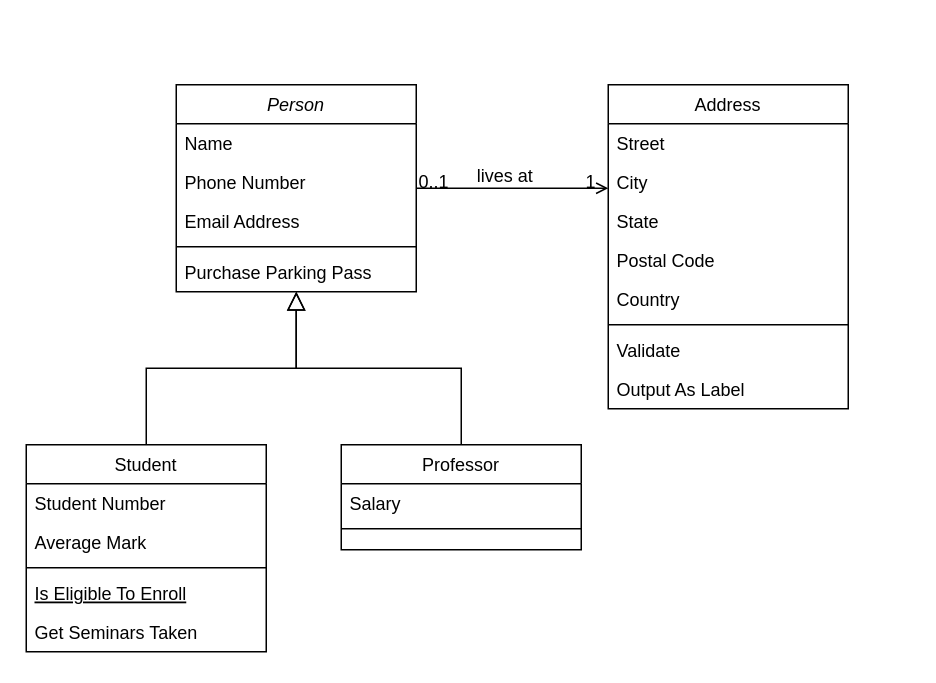
This is Diagrama sem nome.drawio from anti-duhring/diagrams, a draw.io file, before an edit. Source tidied: cells renumbered, new cells numbered last; positions are measured from the earlier drawing's top-left corner, leaving out a move shared by most shapes. Both pictures are drawn from the tidied source at 150%, with x=0, y=0 at pixel (26, 84).
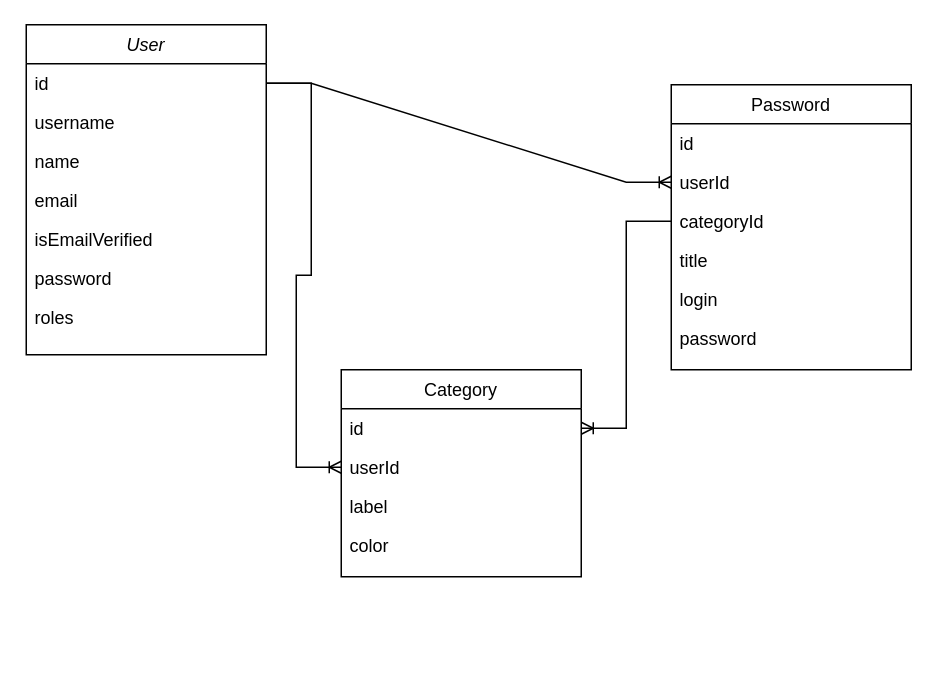
The same diagram, later.

Commit message:
Actualizar Diagrama passhelm - entidades

The edit, as a diff of the source:
```diff
@@
-    <mxCell id="2" value="Person" style="swimlane;fontStyle=2;align=center;verticalAlign=top;horizontal=1;startSize=26;rounded=0;shadow=0;strokeWidth=1;" parent="1" vertex="1">
-      <mxGeometry x="100" width="160" height="138" as="geometry" />
+    <mxCell id="2" value="User" style="swimlane;fontStyle=2;align=center;verticalAlign=top;horizontal=1;startSize=26;rounded=0;shadow=0;strokeWidth=1;" parent="1" vertex="1">
+      <mxGeometry y="-40" width="160" height="220" as="geometry" />
     </mxCell>
-    <mxCell id="3" value="Name" style="text;align=left;verticalAlign=top;spacingLeft=4;spacingRight=4;overflow=hidden;points=[[0,0.5],[1,0.5]];portConstraint=eastwest;" parent="2" vertex="1">
+    <mxCell id="3" value="id" style="text;align=left;verticalAlign=top;spacingLeft=4;spacingRight=4;overflow=hidden;points=[[0,0.5],[1,0.5]];portConstraint=eastwest;" parent="2" vertex="1">
       <mxGeometry y="26" width="160" height="26" as="geometry" />
     </mxCell>
-    <mxCell id="4" value="Phone Number" style="text;align=left;verticalAlign=top;spacingLeft=4;spacingRight=4;overflow=hidden;rounded=0;shadow=0;html=0;" parent="2" vertex="1">
+    <mxCell id="4" value="username" style="text;align=left;verticalAlign=top;spacingLeft=4;spacingRight=4;overflow=hidden;rounded=0;shadow=0;html=0;" parent="2" vertex="1">
       <mxGeometry y="52" width="160" height="26" as="geometry" />
     </mxCell>
-    <mxCell id="5" value="Email Address" style="text;align=left;verticalAlign=top;spacingLeft=4;spacingRight=4;overflow=hidden;rounded=0;shadow=0;html=0;" parent="2" vertex="1">
+    <mxCell id="5" value="name" style="text;align=left;verticalAlign=top;spacingLeft=4;spacingRight=4;overflow=hidden;rounded=0;shadow=0;html=0;" parent="2" vertex="1">
       <mxGeometry y="78" width="160" height="26" as="geometry" />
     </mxCell>
-    <mxCell id="6" style="line;html=1;strokeWidth=1;align=left;verticalAlign=middle;spacingTop=-1;spacingLeft=3;spacingRight=3;labelPosition=right;" parent="2" vertex="1">
-      <mxGeometry y="104" width="160" height="8" as="geometry" />
-    </mxCell>
-    <mxCell id="7" value="Purchase Parking Pass" style="text;align=left;verticalAlign=top;spacingLeft=4;spacingRight=4;overflow=hidden;" parent="2" vertex="1">
-      <mxGeometry y="112" width="160" height="26" as="geometry" />
-    </mxCell>
+    <mxCell id="32" value="email" style="text;align=left;verticalAlign=top;spacingLeft=4;spacingRight=4;overflow=hidden;rounded=0;shadow=0;html=0;" parent="2" vertex="1">
+      <mxGeometry y="104" width="160" height="26" as="geometry" />
+    </mxCell>
+    <mxCell id="33" value="isEmailVerified" style="text;align=left;verticalAlign=top;spacingLeft=4;spacingRight=4;overflow=hidden;rounded=0;shadow=0;html=0;" parent="2" vertex="1">
+      <mxGeometry y="130" width="160" height="26" as="geometry" />
+    </mxCell>
+    <mxCell id="34" value="password" style="text;align=left;verticalAlign=top;spacingLeft=4;spacingRight=4;overflow=hidden;rounded=0;shadow=0;html=0;" parent="2" vertex="1">
+      <mxGeometry y="156" width="160" height="26" as="geometry" />
+    </mxCell>
+    <mxCell id="35" value="roles" style="text;align=left;verticalAlign=top;spacingLeft=4;spacingRight=4;overflow=hidden;rounded=0;shadow=0;html=0;" parent="2" vertex="1">
+      <mxGeometry y="182" width="160" height="26" as="geometry" />
+    </mxCell>
-    <mxCell id="8" value="Student" style="swimlane;fontStyle=0;align=center;verticalAlign=top;horizontal=1;startSize=26;rounded=0;shadow=0;strokeWidth=1;" parent="1" vertex="1">
-      <mxGeometry y="240" width="160" height="138" as="geometry" />
+    <mxCell id="8" value="Category" style="swimlane;fontStyle=0;align=center;verticalAlign=top;horizontal=1;startSize=26;rounded=0;shadow=0;strokeWidth=1;" parent="1" vertex="1">
+      <mxGeometry x="210" y="190" width="160" height="138" as="geometry" />
     </mxCell>
-    <mxCell id="9" value="Student Number" style="text;align=left;verticalAlign=top;spacingLeft=4;spacingRight=4;overflow=hidden;points=[[0,0.5],[1,0.5]];portConstraint=eastwest;" parent="8" vertex="1">
+    <mxCell id="9" value="id" style="text;align=left;verticalAlign=top;spacingLeft=4;spacingRight=4;overflow=hidden;points=[[0,0.5],[1,0.5]];portConstraint=eastwest;" parent="8" vertex="1">
       <mxGeometry y="26" width="160" height="26" as="geometry" />
     </mxCell>
-    <mxCell id="10" value="Average Mark" style="text;align=left;verticalAlign=top;spacingLeft=4;spacingRight=4;overflow=hidden;points=[[0,0.5],[1,0.5]];portConstraint=eastwest;rounded=0;shadow=0;html=0;" parent="8" vertex="1">
+    <mxCell id="10" value="userId" style="text;align=left;verticalAlign=top;spacingLeft=4;spacingRight=4;overflow=hidden;points=[[0,0.5],[1,0.5]];portConstraint=eastwest;rounded=0;shadow=0;html=0;" parent="8" vertex="1">
       <mxGeometry y="52" width="160" height="26" as="geometry" />
     </mxCell>
-    <mxCell id="11" style="line;html=1;strokeWidth=1;align=left;verticalAlign=middle;spacingTop=-1;spacingLeft=3;spacingRight=3;labelPosition=right;" parent="8" vertex="1">
-      <mxGeometry y="78" width="160" height="8" as="geometry" />
-    </mxCell>
-    <mxCell id="12" value="Is Eligible To Enroll" style="text;align=left;verticalAlign=top;spacingLeft=4;spacingRight=4;overflow=hidden;fontStyle=4;" parent="8" vertex="1">
-      <mxGeometry y="86" width="160" height="26" as="geometry" />
+    <mxCell id="12" value="label" style="text;align=left;verticalAlign=top;spacingLeft=4;spacingRight=4;overflow=hidden;fontStyle=0;" parent="8" vertex="1">
+      <mxGeometry y="78" width="160" height="26" as="geometry" />
     </mxCell>
-    <mxCell id="13" value="Get Seminars Taken" style="text;align=left;verticalAlign=top;spacingLeft=4;spacingRight=4;overflow=hidden;" parent="8" vertex="1">
-      <mxGeometry y="112" width="160" height="26" as="geometry" />
+    <mxCell id="13" value="color" style="text;align=left;verticalAlign=top;spacingLeft=4;spacingRight=4;overflow=hidden;" parent="8" vertex="1">
+      <mxGeometry y="104" width="160" height="26" as="geometry" />
     </mxCell>
-    <mxCell id="14" style="endArrow=block;endSize=10;endFill=0;shadow=0;strokeWidth=1;rounded=0;edgeStyle=elbowEdgeStyle;elbow=vertical;" parent="1" edge="1" source="8" target="2">
-      <mxGeometry relative="1" as="geometry" />
-    </mxCell>
-    <mxCell id="15" value="Professor" style="swimlane;fontStyle=0;align=center;verticalAlign=top;horizontal=1;startSize=26;rounded=0;shadow=0;strokeWidth=1;" parent="1" vertex="1">
-      <mxGeometry x="210" y="240" width="160" height="70" as="geometry" />
-    </mxCell>
-    <mxCell id="16" value="Salary" style="text;align=left;verticalAlign=top;spacingLeft=4;spacingRight=4;overflow=hidden;" parent="15" vertex="1">
-      <mxGeometry y="26" width="160" height="26" as="geometry" />
-    </mxCell>
-    <mxCell id="17" style="line;html=1;strokeWidth=1;align=left;verticalAlign=middle;spacingTop=-1;spacingLeft=3;spacingRight=3;labelPosition=right;" parent="15" vertex="1">
-      <mxGeometry y="52" width="160" height="8" as="geometry" />
-    </mxCell>
-    <mxCell id="18" style="endArrow=block;endSize=10;endFill=0;shadow=0;strokeWidth=1;rounded=0;edgeStyle=elbowEdgeStyle;elbow=vertical;" parent="1" edge="1" source="15" target="2">
-      <mxGeometry relative="1" as="geometry" />
-    </mxCell>
-    <mxCell id="19" value="Address" style="swimlane;fontStyle=0;align=center;verticalAlign=top;horizontal=1;startSize=26;rounded=0;shadow=0;strokeWidth=1;" parent="1" vertex="1">
-      <mxGeometry x="388" width="160" height="216" as="geometry" />
+    <mxCell id="19" value="Password" style="swimlane;fontStyle=0;align=center;verticalAlign=top;horizontal=1;startSize=26;rounded=0;shadow=0;strokeWidth=1;" parent="1" vertex="1">
+      <mxGeometry x="430" width="160" height="190" as="geometry" />
     </mxCell>
-    <mxCell id="20" value="Street" style="text;align=left;verticalAlign=top;spacingLeft=4;spacingRight=4;overflow=hidden;" parent="19" vertex="1">
+    <mxCell id="20" value="id" style="text;align=left;verticalAlign=top;spacingLeft=4;spacingRight=4;overflow=hidden;" parent="19" vertex="1">
       <mxGeometry y="26" width="160" height="26" as="geometry" />
     </mxCell>
-    <mxCell id="21" value="City" style="text;align=left;verticalAlign=top;spacingLeft=4;spacingRight=4;overflow=hidden;points=[[0,0.5],[1,0.5]];portConstraint=eastwest;rounded=0;shadow=0;html=0;" parent="19" vertex="1">
+    <mxCell id="21" value="userId" style="text;align=left;verticalAlign=top;spacingLeft=4;spacingRight=4;overflow=hidden;points=[[0,0.5],[1,0.5]];portConstraint=eastwest;rounded=0;shadow=0;html=0;" parent="19" vertex="1">
       <mxGeometry y="52" width="160" height="26" as="geometry" />
     </mxCell>
-    <mxCell id="22" value="State" style="text;align=left;verticalAlign=top;spacingLeft=4;spacingRight=4;overflow=hidden;points=[[0,0.5],[1,0.5]];portConstraint=eastwest;rounded=0;shadow=0;html=0;" parent="19" vertex="1">
+    <mxCell id="22" value="categoryId" style="text;align=left;verticalAlign=top;spacingLeft=4;spacingRight=4;overflow=hidden;points=[[0,0.5],[1,0.5]];portConstraint=eastwest;rounded=0;shadow=0;html=0;" parent="19" vertex="1">
       <mxGeometry y="78" width="160" height="26" as="geometry" />
     </mxCell>
-    <mxCell id="23" value="Postal Code" style="text;align=left;verticalAlign=top;spacingLeft=4;spacingRight=4;overflow=hidden;rounded=0;shadow=0;html=0;" parent="19" vertex="1">
+    <mxCell id="23" value="title" style="text;align=left;verticalAlign=top;spacingLeft=4;spacingRight=4;overflow=hidden;rounded=0;shadow=0;html=0;" parent="19" vertex="1">
       <mxGeometry y="104" width="160" height="26" as="geometry" />
     </mxCell>
-    <mxCell id="24" value="Country" style="text;align=left;verticalAlign=top;spacingLeft=4;spacingRight=4;overflow=hidden;rounded=0;shadow=0;html=0;" parent="19" vertex="1">
+    <mxCell id="24" value="login" style="text;align=left;verticalAlign=top;spacingLeft=4;spacingRight=4;overflow=hidden;rounded=0;shadow=0;html=0;" parent="19" vertex="1">
       <mxGeometry y="130" width="160" height="26" as="geometry" />
     </mxCell>
-    <mxCell id="25" style="line;html=1;strokeWidth=1;align=left;verticalAlign=middle;spacingTop=-1;spacingLeft=3;spacingRight=3;labelPosition=right;" parent="19" vertex="1">
-      <mxGeometry y="156" width="160" height="8" as="geometry" />
-    </mxCell>
-    <mxCell id="26" value="Validate" style="text;align=left;verticalAlign=top;spacingLeft=4;spacingRight=4;overflow=hidden;" parent="19" vertex="1">
-      <mxGeometry y="164" width="160" height="26" as="geometry" />
+    <mxCell id="26" value="password" style="text;align=left;verticalAlign=top;spacingLeft=4;spacingRight=4;overflow=hidden;" parent="19" vertex="1">
+      <mxGeometry y="156" width="160" height="26" as="geometry" />
     </mxCell>
-    <mxCell id="27" value="Output As Label" style="text;align=left;verticalAlign=top;spacingLeft=4;spacingRight=4;overflow=hidden;" parent="19" vertex="1">
-      <mxGeometry y="190" width="160" height="26" as="geometry" />
-    </mxCell>
-    <mxCell id="28" style="endArrow=open;shadow=0;strokeWidth=1;rounded=0;endFill=1;edgeStyle=elbowEdgeStyle;elbow=vertical;" parent="1" edge="1" source="2" target="19">
-      <mxGeometry x="0.5" y="41" relative="1" as="geometry">
-        <mxPoint x="-40" y="32" as="offset" />
-      </mxGeometry>
-    </mxCell>
-    <mxCell id="29" value="0..1" style="align=left;verticalAlign=bottom;labelBackgroundColor=none;fontSize=12;" parent="28" vertex="1">
-      <mxGeometry x="-1" relative="1" as="geometry">
-        <mxPoint y="4" as="offset" />
-      </mxGeometry>
-    </mxCell>
-    <mxCell id="30" value="1" style="align=right;verticalAlign=bottom;labelBackgroundColor=none;fontSize=12;" parent="28" vertex="1">
-      <mxGeometry x="1" relative="1" as="geometry">
-        <mxPoint x="-7" y="4" as="offset" />
-      </mxGeometry>
-    </mxCell>
-    <mxCell id="31" value="lives at" style="text;html=1;align=center;verticalAlign=middle;labelBackgroundColor=none;rounded=0;shadow=0;strokeWidth=1;fontSize=12;" parent="28" vertex="1">
-      <mxGeometry x="0.5" y="49" relative="1" as="geometry">
-        <mxPoint x="-38" y="40" as="offset" />
-      </mxGeometry>
-    </mxCell>
+    <mxCell id="36" style="edgeStyle=entityRelationEdgeStyle;fontSize=12;html=1;endArrow=ERoneToMany;rounded=0;" parent="1" edge="1" source="22" target="9">
+      <mxGeometry relative="1" as="geometry" />
+    </mxCell>
+    <mxCell id="37" style="edgeStyle=entityRelationEdgeStyle;fontSize=12;html=1;endArrow=ERoneToMany;rounded=0;entryX=0;entryY=0.5;entryDx=0;entryDy=0;" parent="1" edge="1" source="3" target="21">
+      <mxGeometry relative="1" as="geometry" />
+    </mxCell>
+    <mxCell id="38" style="edgeStyle=entityRelationEdgeStyle;fontSize=12;html=1;endArrow=ERoneToMany;rounded=0;entryX=0;entryY=0.5;entryDx=0;entryDy=0;" parent="1" edge="1" source="3" target="10">
+      <mxGeometry relative="1" as="geometry" />
+    </mxCell>
```
